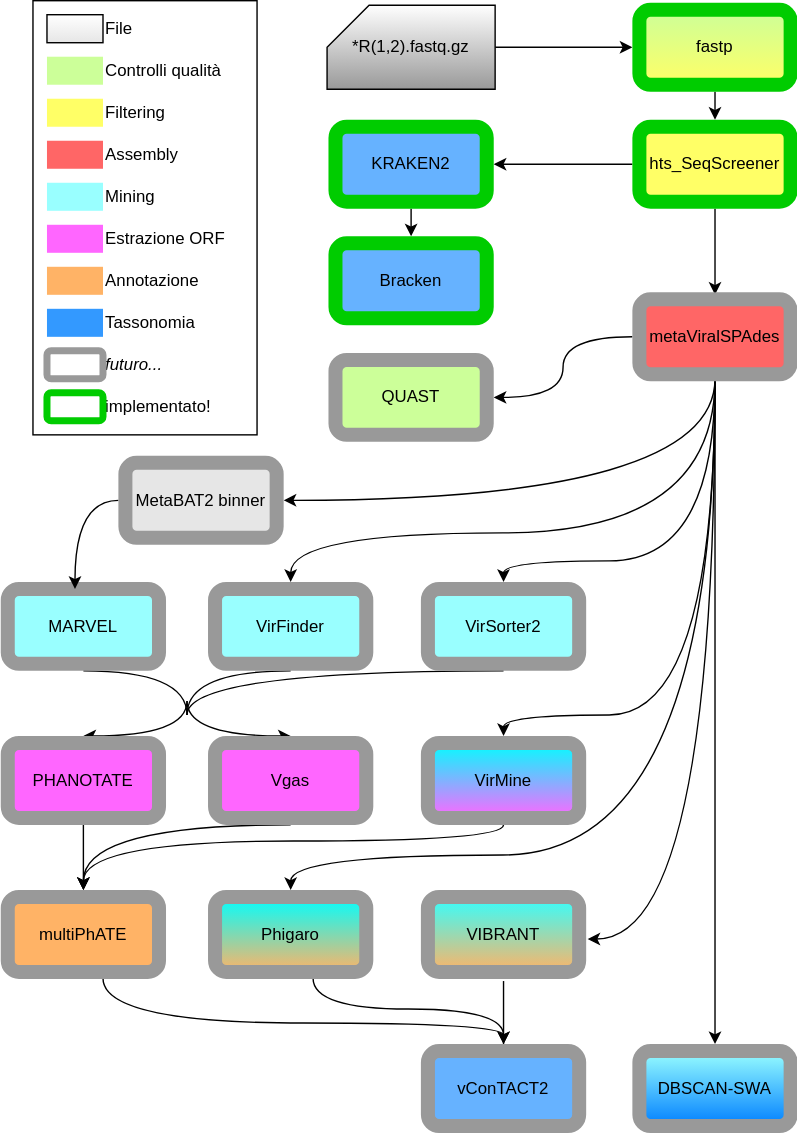
This is slides/pipeline_2020_11_18.drawio.svg from MattiaPandolfoVR/MetaPhage, a draw.io export, as it was before one commit. Source tidied: cells renumbered, new cells last; positions are measured from the earlier drawing's top-left corner, leaving out a move shared by most shapes.
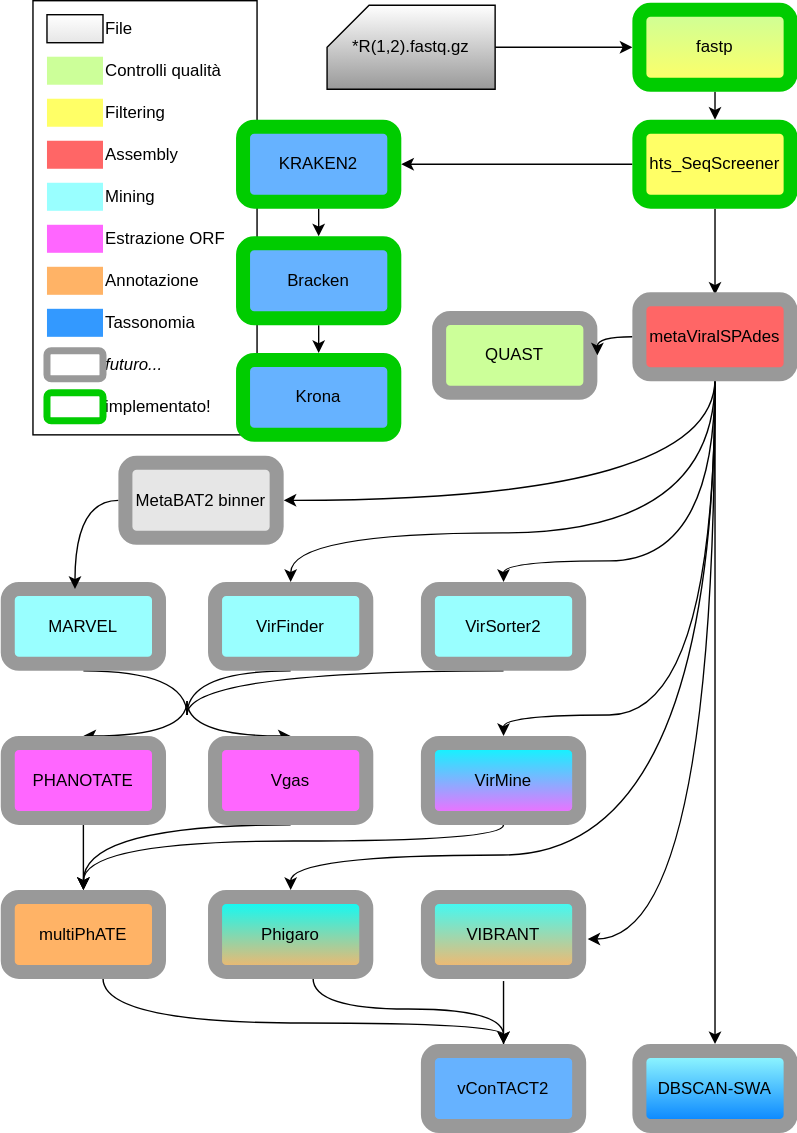
The same file after the commit.

Commit message:
update flowchar krona

Diff of the diagram source:
```diff
@@ -225,13 +225,13 @@
       </mxGeometry>
     </mxCell>
     <mxCell id="52" value="QUAST" style="rounded=1;whiteSpace=wrap;html=10;shadow=0;strokeWidth=10;perimeterSpacing=5;sketch=0;glass=0;strokeColor=#999999;fillColor=#CCFF99;" parent="1" vertex="1">
-      <mxGeometry x="234" y="256.5" width="108" height="53.5" as="geometry" />
+      <mxGeometry x="308" y="226.5" width="108" height="53.5" as="geometry" />
     </mxCell>
     <mxCell id="53" style="edgeStyle=orthogonalEdgeStyle;rounded=0;jettySize=auto;html=1;exitX=0.5;exitY=1;exitDx=0;exitDy=0;entryX=0.5;entryY=0;entryDx=0;entryDy=0;" parent="1" edge="1" source="54" target="67">
       <mxGeometry relative="1" as="geometry" />
     </mxCell>
     <mxCell id="54" value="KRAKEN2" style="rounded=1;whiteSpace=wrap;html=10;shadow=0;strokeWidth=10;perimeterSpacing=5;sketch=0;glass=0;fillColor=#66B2FF;strokeColor=#00CC00;" parent="1" vertex="1">
-      <mxGeometry x="234" y="90" width="108" height="53.5" as="geometry" />
+      <mxGeometry x="168" y="90" width="108" height="53.5" as="geometry" />
     </mxCell>
     <mxCell id="55" style="edgeStyle=orthogonalEdgeStyle;curved=1;rounded=0;jettySize=auto;html=1;exitX=0.5;exitY=1;exitDx=0;exitDy=0;entryX=0.5;entryY=0;entryDx=0;entryDy=0;endArrow=classic;endFill=1;" parent="1" edge="1" source="57">
       <mxGeometry relative="1" as="geometry">
@@ -276,8 +276,14 @@
     <mxCell id="66" value="fastp" style="rounded=1;whiteSpace=wrap;html=10;shadow=0;strokeWidth=10;perimeterSpacing=5;sketch=0;glass=0;strokeColor=#00CC00;fillColor=#CCFF99;gradientColor=#FFFF66;" parent="1" vertex="1">
       <mxGeometry x="451" y="6.5" width="108" height="53.5" as="geometry" />
     </mxCell>
+    <mxCell id="68" style="edgeStyle=orthogonalEdgeStyle;rounded=0;jettySize=auto;html=1;exitX=0.5;exitY=1;exitDx=0;exitDy=0;entryX=0.5;entryY=0;entryDx=0;entryDy=0;" parent="1" edge="1" source="67" target="69">
+      <mxGeometry relative="1" as="geometry" />
+    </mxCell>
     <mxCell id="67" value="Bracken" style="rounded=1;whiteSpace=wrap;html=10;shadow=0;strokeWidth=10;perimeterSpacing=5;sketch=0;glass=0;fillColor=#66B2FF;strokeColor=#00CC00;" parent="1" vertex="1">
-      <mxGeometry x="234" y="173.2" width="108" height="53.5" as="geometry" />
+      <mxGeometry x="168" y="173.2" width="108" height="53.5" as="geometry" />
     </mxCell>
+    <mxCell id="69" value="Krona" style="rounded=1;whiteSpace=wrap;html=10;shadow=0;strokeWidth=10;perimeterSpacing=5;sketch=0;glass=0;fillColor=#66B2FF;strokeColor=#00CC00;" parent="1" vertex="1">
+      <mxGeometry x="168" y="256.5" width="108" height="53.5" as="geometry" />
+    </mxCell>
   </root>
 </mxGraphModel>
```
